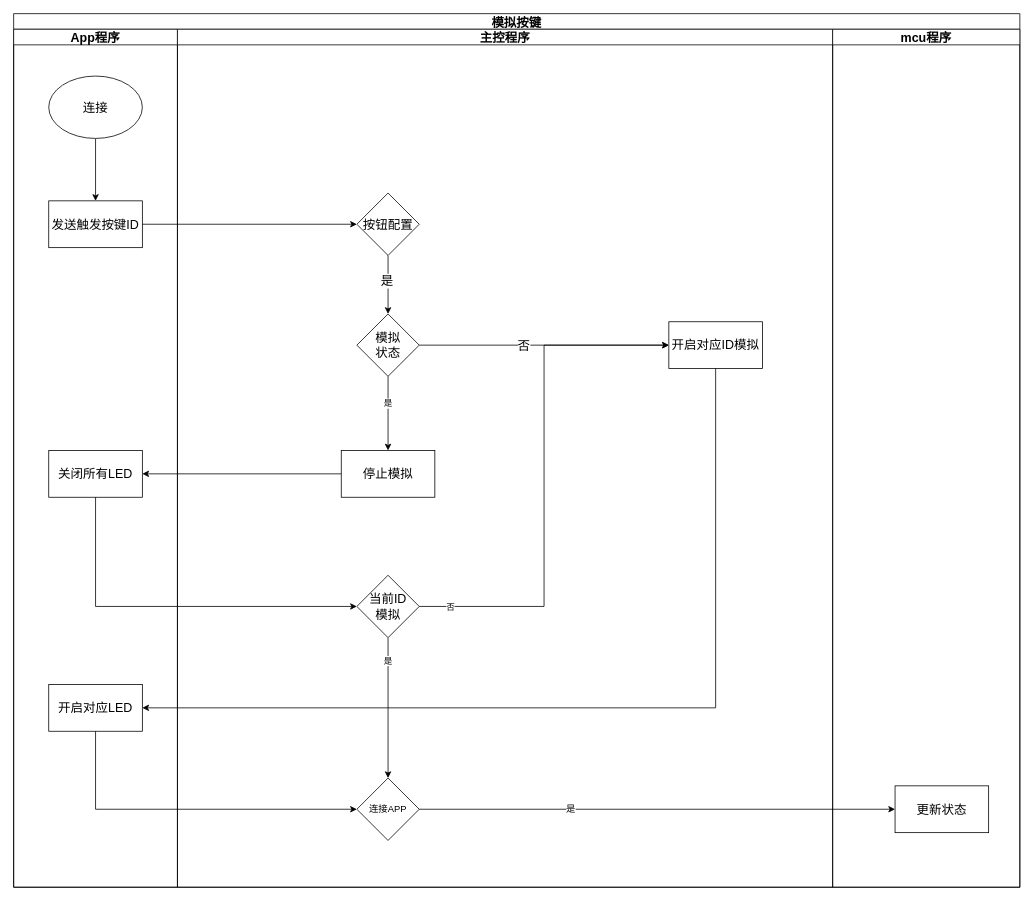
kyphoon/ysb_drawio_tree keeps this draw.io diagram as page "App与设备连接状态" (14 of 25) of 隐身保arm版-业务流程-V1.0-20221028-1.drawio. Above is the earlier version. Source tidied: cells renumbered, new cells numbered last; positions are measured from the earlier drawing's top-left corner, leaving out a move shared by most shapes. Both pictures are drawn from the tidied source at 78%, with x=0, y=0 at pixel (13, 13).
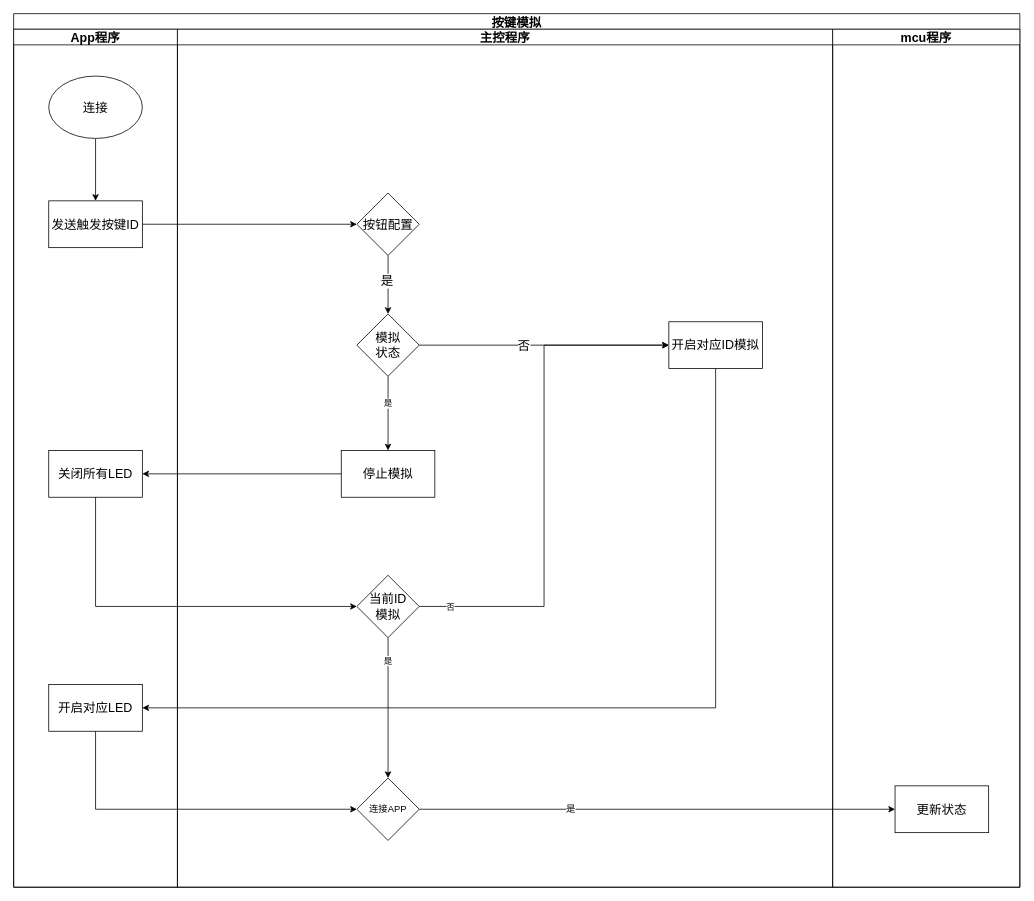
The same page after the edit.

Diff of the diagram source:
```diff
@@
-    <mxCell id="2" value="模拟按键" style="swimlane;startSize=20;labelBackgroundColor=none;fontSize=16;fontColor=#000000;strokeColor=default;strokeWidth=1;fillColor=default;" parent="1" vertex="1">
+    <mxCell id="2" value="按键模拟" style="swimlane;startSize=20;labelBackgroundColor=none;fontSize=16;fontColor=#000000;strokeColor=default;strokeWidth=1;fillColor=default;" parent="1" vertex="1">
       <mxGeometry width="1290" height="1120" as="geometry" />
     </mxCell>
```
